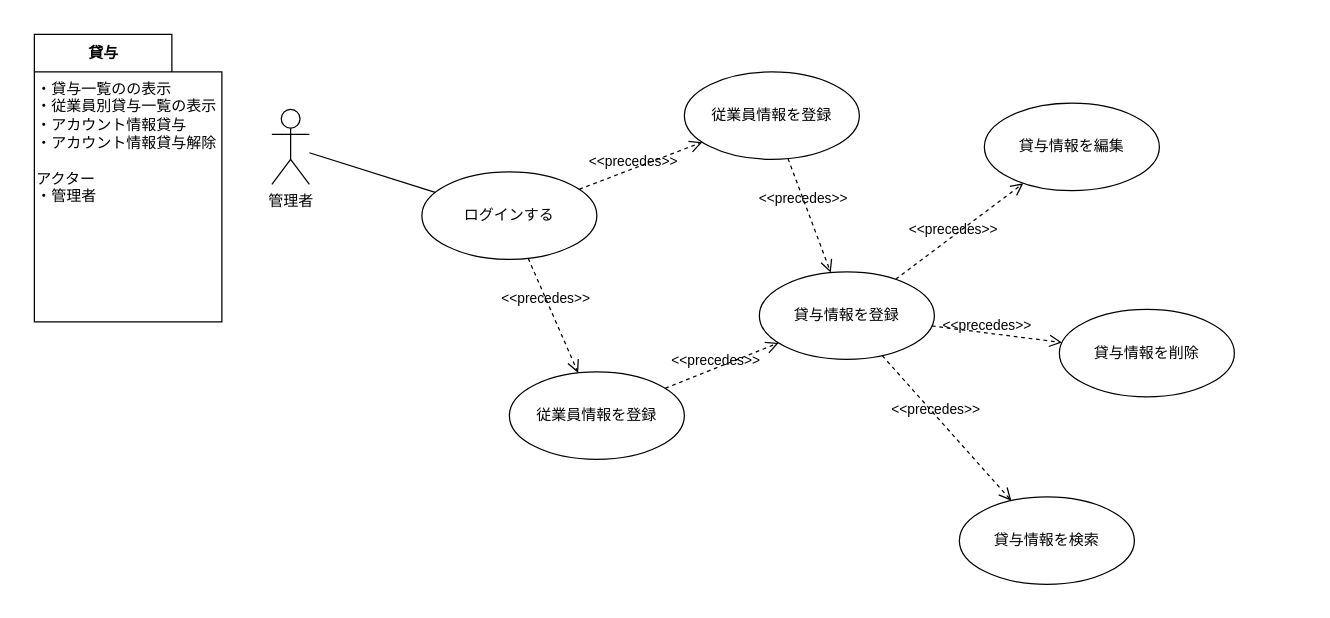
takashiraki/github_image keeps this draw.io diagram as drawio/account_manager/loan.dio. Above is the earlier version. Source tidied: cells renumbered, new cells numbered last; positions are measured from the earlier drawing's top-left corner, leaving out a move shared by most shapes. Both pictures are drawn from the tidied source at 125%, with x=0, y=0 at pixel (21, 21).
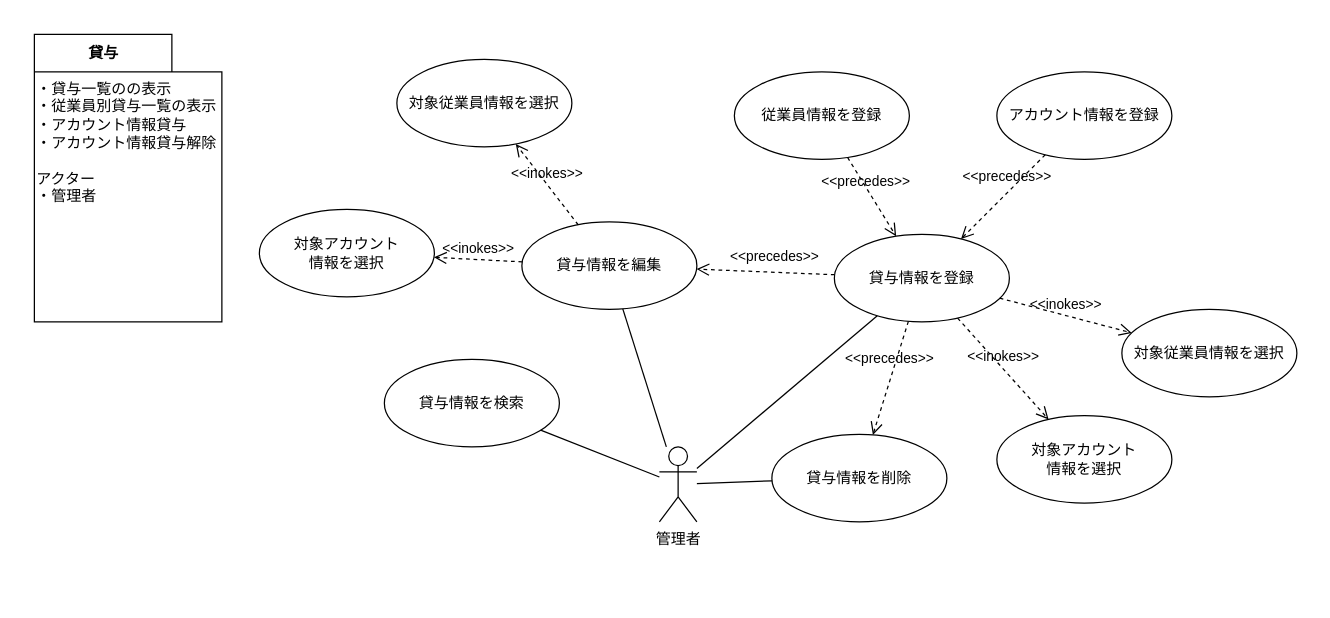
Above is the later version.

What changed in the source:
```diff
@@
     <mxCell id="2" style="rounded=0;whiteSpace=wrap;html=1;strokeColor=none;" parent="1" vertex="1">
-      <mxGeometry width="1000" height="460" as="geometry" />
+      <mxGeometry width="1030" height="460" as="geometry" />
     </mxCell>
     <mxCell id="3" value="管理者" style="shape=umlActor;verticalLabelPosition=bottom;verticalAlign=top;html=1;outlineConnect=0;" parent="1" vertex="1">
-      <mxGeometry x="200" y="70" width="30" height="60" as="geometry" />
+      <mxGeometry x="510" y="340" width="30" height="60" as="geometry" />
     </mxCell>
     <mxCell id="4" value="従業員情報を登録" style="ellipse;whiteSpace=wrap;html=1;" parent="1" vertex="1">
-      <mxGeometry x="530" y="40" width="140" height="70" as="geometry" />
+      <mxGeometry x="570" y="40" width="140" height="70" as="geometry" />
     </mxCell>
-    <mxCell id="5" value="従業員情報を登録" style="ellipse;whiteSpace=wrap;html=1;" parent="1" vertex="1">
-      <mxGeometry x="390" y="280" width="140" height="70" as="geometry" />
+    <mxCell id="5" value="アカウント情報を登録" style="ellipse;whiteSpace=wrap;html=1;" parent="1" vertex="1">
+      <mxGeometry x="780" y="40" width="140" height="70" as="geometry" />
     </mxCell>
-    <mxCell id="6" value="ログインする" style="ellipse;whiteSpace=wrap;html=1;" parent="1" vertex="1">
-      <mxGeometry x="320" y="120" width="140" height="70" as="geometry" />
-    </mxCell>
-    <mxCell id="7" value="&amp;lt;&amp;lt;precedes&amp;gt;&amp;gt;" style="endArrow=open;startArrow=none;endFill=0;startFill=0;endSize=8;html=1;verticalAlign=bottom;dashed=1;labelBackgroundColor=none;" parent="1" edge="1" source="6" target="4">
-      <mxGeometry x="-0.14" y="-3" relative="1" as="geometry" />
-    </mxCell>
-    <mxCell id="8" value="&amp;lt;&amp;lt;precedes&amp;gt;&amp;gt;" style="endArrow=open;startArrow=none;endFill=0;startFill=0;endSize=8;html=1;verticalAlign=bottom;dashed=1;labelBackgroundColor=none;" parent="1" edge="1" source="6" target="5">
-      <mxGeometry x="-0.14" y="-3" relative="1" as="geometry" />
-    </mxCell>
-    <mxCell id="9" style="endArrow=none;html=1;" parent="1" edge="1" source="6" target="3">
+    <mxCell id="9" style="endArrow=none;html=1;" parent="1" edge="1" source="12" target="3">
       <mxGeometry relative="1" as="geometry" />
     </mxCell>
@@
     <mxCell id="12" value="貸与情報を登録" style="ellipse;whiteSpace=wrap;html=1;" parent="1" vertex="1">
-      <mxGeometry x="590" y="200" width="140" height="70" as="geometry" />
+      <mxGeometry x="650" y="170" width="140" height="70" as="geometry" />
     </mxCell>
     <mxCell id="13" value="貸与情報を編集" style="ellipse;whiteSpace=wrap;html=1;" parent="1" vertex="1">
-      <mxGeometry x="770" y="65" width="140" height="70" as="geometry" />
+      <mxGeometry x="400" y="160" width="140" height="70" as="geometry" />
     </mxCell>
     <mxCell id="14" value="貸与情報を削除" style="ellipse;whiteSpace=wrap;html=1;" parent="1" vertex="1">
-      <mxGeometry x="830" y="230" width="140" height="70" as="geometry" />
+      <mxGeometry x="600" y="330" width="140" height="70" as="geometry" />
     </mxCell>
     <mxCell id="15" value="貸与情報を検索" style="ellipse;whiteSpace=wrap;html=1;" parent="1" vertex="1">
-      <mxGeometry x="750" y="380" width="140" height="70" as="geometry" />
+      <mxGeometry x="290" y="270" width="140" height="70" as="geometry" />
     </mxCell>
@@
+    <mxCell id="21" style="endArrow=none;html=1;" parent="1" edge="1" source="14" target="3">
+      <mxGeometry relative="1" as="geometry" />
+    </mxCell>
+    <mxCell id="22" style="endArrow=none;html=1;" parent="1" edge="1" source="15" target="3">
+      <mxGeometry relative="1" as="geometry" />
+    </mxCell>
+    <mxCell id="23" style="endArrow=none;html=1;" parent="1" edge="1" source="13" target="3">
+      <mxGeometry relative="1" as="geometry" />
+    </mxCell>
+    <mxCell id="24" value="対象従業員情報を選択" style="ellipse;whiteSpace=wrap;html=1;" parent="1" vertex="1">
+      <mxGeometry x="880" y="230" width="140" height="70" as="geometry" />
+    </mxCell>
+    <mxCell id="25" value="対象アカウント&lt;br&gt;情報を選択" style="ellipse;whiteSpace=wrap;html=1;" parent="1" vertex="1">
+      <mxGeometry x="780" y="315" width="140" height="70" as="geometry" />
+    </mxCell>
+    <mxCell id="26" value="&amp;lt;&amp;lt;inokes&amp;gt;&amp;gt;" style="endArrow=open;startArrow=none;endFill=0;startFill=0;endSize=8;html=1;verticalAlign=bottom;dashed=1;labelBackgroundColor=none;" parent="1" edge="1" source="12" target="24">
+      <mxGeometry relative="1" as="geometry" />
+    </mxCell>
+    <mxCell id="27" value="&amp;lt;&amp;lt;inokes&amp;gt;&amp;gt;" style="endArrow=open;startArrow=none;endFill=0;startFill=0;endSize=8;html=1;verticalAlign=bottom;dashed=1;labelBackgroundColor=none;" parent="1" edge="1" source="12" target="25">
+      <mxGeometry relative="1" as="geometry" />
+    </mxCell>
+    <mxCell id="28" value="対象従業員情報を選択" style="ellipse;whiteSpace=wrap;html=1;" parent="1" vertex="1">
+      <mxGeometry x="300" y="30" width="140" height="70" as="geometry" />
+    </mxCell>
+    <mxCell id="29" value="対象アカウント&lt;br&gt;情報を選択" style="ellipse;whiteSpace=wrap;html=1;" parent="1" vertex="1">
+      <mxGeometry x="190" y="150" width="140" height="70" as="geometry" />
+    </mxCell>
+    <mxCell id="30" value="&amp;lt;&amp;lt;inokes&amp;gt;&amp;gt;" style="endArrow=open;startArrow=none;endFill=0;startFill=0;endSize=8;html=1;verticalAlign=bottom;dashed=1;labelBackgroundColor=none;" parent="1" edge="1" source="13" target="28">
+      <mxGeometry relative="1" as="geometry" />
+    </mxCell>
+    <mxCell id="31" value="&amp;lt;&amp;lt;inokes&amp;gt;&amp;gt;" style="endArrow=open;startArrow=none;endFill=0;startFill=0;endSize=8;html=1;verticalAlign=bottom;dashed=1;labelBackgroundColor=none;" parent="1" edge="1" source="13" target="29">
+      <mxGeometry relative="1" as="geometry" />
+    </mxCell>
+    <mxCell id="20" value="&amp;lt;&amp;lt;precedes&amp;gt;&amp;gt;" style="endArrow=open;startArrow=none;endFill=0;startFill=0;endSize=8;html=1;verticalAlign=bottom;dashed=1;labelBackgroundColor=none;" parent="1" edge="1" source="12" target="14">
+      <mxGeometry x="-0.14" y="-3" relative="1" as="geometry" />
+    </mxCell>
@@
-    <mxCell id="19" value="&amp;lt;&amp;lt;precedes&amp;gt;&amp;gt;" style="endArrow=open;startArrow=none;endFill=0;startFill=0;endSize=8;html=1;verticalAlign=bottom;dashed=1;labelBackgroundColor=none;" parent="1" edge="1" source="12" target="15">
-      <mxGeometry x="-0.14" y="-3" relative="1" as="geometry" />
-    </mxCell>
-    <mxCell id="20" value="&amp;lt;&amp;lt;precedes&amp;gt;&amp;gt;" style="endArrow=open;startArrow=none;endFill=0;startFill=0;endSize=8;html=1;verticalAlign=bottom;dashed=1;labelBackgroundColor=none;" parent="1" edge="1" source="12" target="14">
-      <mxGeometry x="-0.14" y="-3" relative="1" as="geometry" />
-    </mxCell>
```
